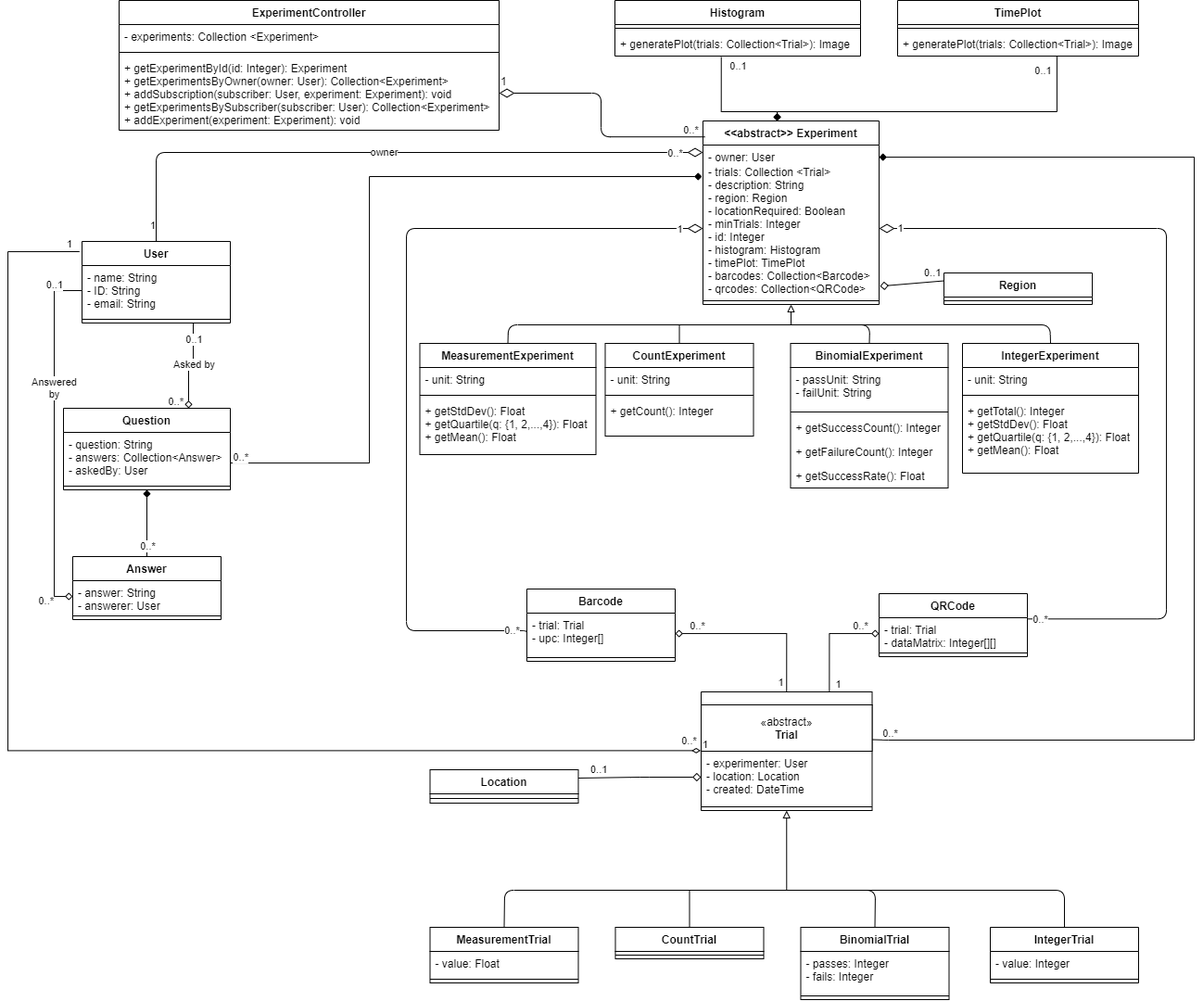
Above: doc/Model_UML.png in CMPUT301W21T05/KrowdTrialz (draw.io), before the change. Source tidied: cells renumbered, new cells last; positions are measured from the earlier drawing's top-left corner, leaving out a move shared by most shapes.
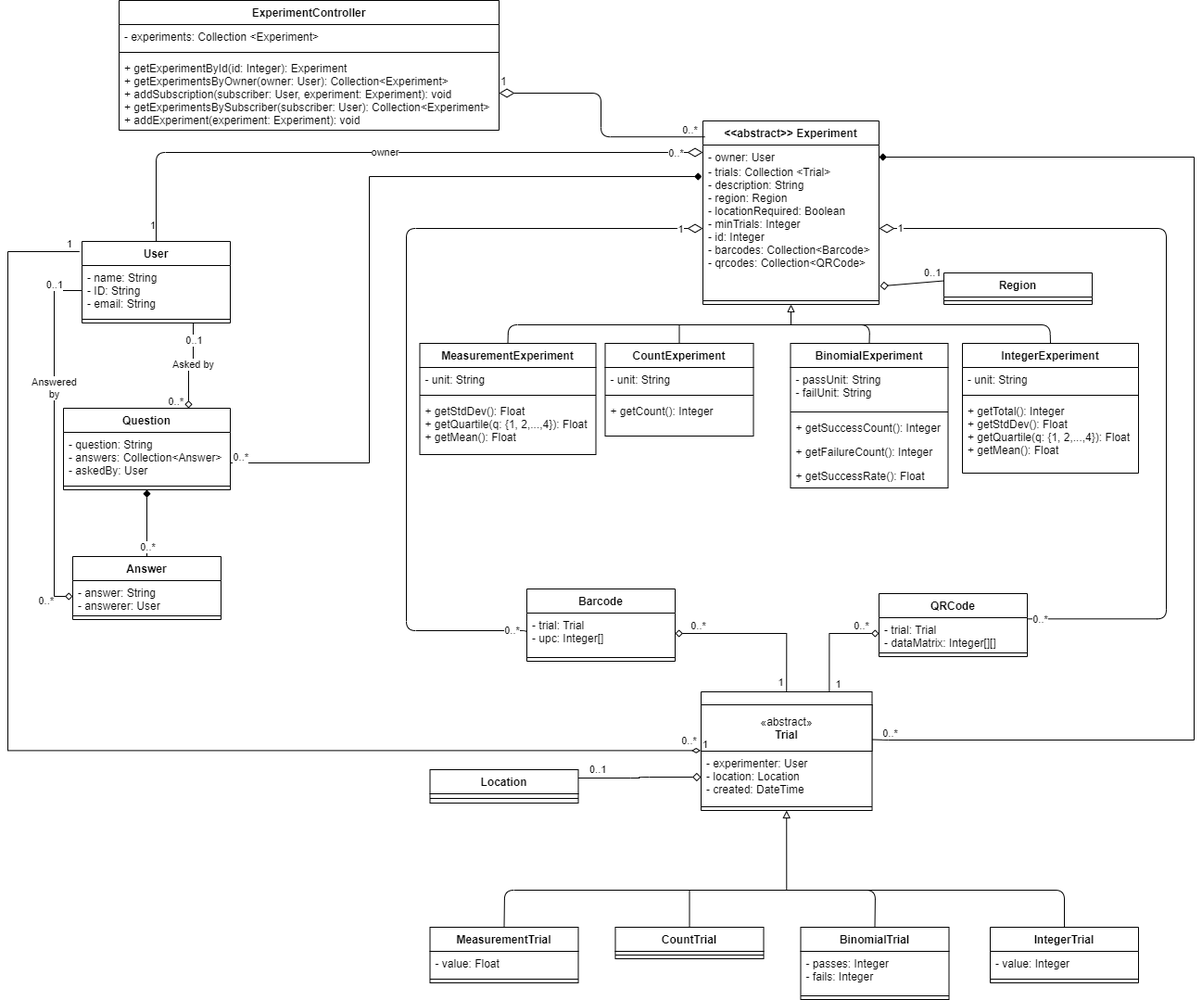
Above is the later version.

The edit, as a diff of the source:
```diff
@@ -2,34 +2,13 @@
   <root>
     <mxCell id="0" />
     <mxCell id="1" parent="0" />
-    <mxCell id="2" style="edgeStyle=orthogonalEdgeStyle;rounded=0;jettySize=auto;html=1;entryX=0.433;entryY=1.044;entryDx=0;entryDy=0;entryPerimeter=0;startArrow=diamond;startFill=0;endArrow=none;endFill=0;" parent="1" edge="1" source="5" target="82">
-      <mxGeometry relative="1" as="geometry">
-        <Array as="points">
-          <mxPoint x="830" y="120" />
-          <mxPoint x="770" y="120" />
-        </Array>
-      </mxGeometry>
-    </mxCell>
-    <mxCell id="3" value="0..1" style="edgeLabel;html=1;align=center;verticalAlign=middle;" parent="2" vertex="1">
-      <mxGeometry x="0.61" relative="1" as="geometry">
-        <mxPoint x="17.8" y="-16.3" as="offset" />
-      </mxGeometry>
-    </mxCell>
-    <mxCell id="4" style="edgeStyle=orthogonalEdgeStyle;rounded=0;jettySize=auto;html=1;entryX=0.542;entryY=1;entryDx=0;entryDy=0;entryPerimeter=0;startArrow=diamond;startFill=1;endArrow=none;endFill=0;" parent="1" edge="1" source="5" target="85">
-      <mxGeometry relative="1" as="geometry">
-        <Array as="points">
-          <mxPoint x="830" y="120" />
-          <mxPoint x="1132" y="120" />
-        </Array>
-      </mxGeometry>
-    </mxCell>
     <mxCell id="5" value="&lt;&lt;abstract&gt;&gt; Experiment" style="swimlane;fontStyle=1;align=center;verticalAlign=top;horizontal=1;startSize=26;" parent="1" vertex="1">
       <mxGeometry x="750" y="130" width="190" height="198" as="geometry" />
     </mxCell>
     <mxCell id="6" value="- owner: User&#10;" style="text;strokeColor=none;fillColor=none;align=left;verticalAlign=top;spacingLeft=4;spacingRight=4;overflow=hidden;points=[[0,0.5],[1,0.5]];portConstraint=eastwest;" parent="5" vertex="1">
       <mxGeometry y="26" width="190" height="16" as="geometry" />
     </mxCell>
-    <mxCell id="7" value="- trials: Collection &lt;Trial&gt;&#10;- description: String&#10;- region: Region&#10;- locationRequired: Boolean&#10;- minTrials: Integer&#10;- id: Integer&#10;- histogram: Histogram&#10;- timePlot: TimePlot&#10;- barcodes: Collection&lt;Barcode&gt;&#10;- qrcodes: Collection&lt;QRCode&gt;" style="text;strokeColor=none;fillColor=none;align=left;verticalAlign=top;spacingLeft=4;spacingRight=4;overflow=hidden;points=[[0,0.5],[1,0.5]];portConstraint=eastwest;" parent="5" vertex="1">
+    <mxCell id="7" value="- trials: Collection &lt;Trial&gt;&#10;- description: String&#10;- region: Region&#10;- locationRequired: Boolean&#10;- minTrials: Integer&#10;- id: Integer&#10;- barcodes: Collection&lt;Barcode&gt;&#10;- qrcodes: Collection&lt;QRCode&gt;" style="text;strokeColor=none;fillColor=none;align=left;verticalAlign=top;spacingLeft=4;spacingRight=4;overflow=hidden;points=[[0,0.5],[1,0.5]];portConstraint=eastwest;" parent="5" vertex="1">
       <mxGeometry y="42" width="190" height="148" as="geometry" />
     </mxCell>
     <mxCell id="8" style="edgeStyle=orthogonalEdgeStyle;rounded=0;jettySize=auto;html=1;endArrow=none;endFill=0;startArrow=diamond;startFill=1;exitX=0.5;exitY=1;exitDx=0;exitDy=0;entryX=1;entryY=1;entryDx=0;entryDy=0;" parent="5" edge="1" target="50">
@@ -315,24 +294,6 @@
         <mxPoint x="-6.6" as="offset" />
       </mxGeometry>
     </mxCell>
-    <mxCell id="80" value="Histogram" style="swimlane;fontStyle=1;align=center;verticalAlign=top;horizontal=1;startSize=26;" parent="1" vertex="1">
-      <mxGeometry x="655" width="265" height="60" as="geometry" />
-    </mxCell>
-    <mxCell id="81" style="line;strokeWidth=1;fillColor=none;align=left;verticalAlign=middle;spacingTop=-1;spacingLeft=3;spacingRight=3;labelPosition=right;" parent="80" vertex="1">
-      <mxGeometry y="26" width="265" height="8" as="geometry" />
-    </mxCell>
-    <mxCell id="82" value="+ generatePlot(trials: Collection&lt;Trial&gt;): Image" style="text;strokeColor=none;fillColor=none;align=left;verticalAlign=top;spacingLeft=4;spacingRight=4;overflow=hidden;points=[[0,0.5],[1,0.5]];portConstraint=eastwest;" parent="80" vertex="1">
-      <mxGeometry y="34" width="265" height="26" as="geometry" />
-    </mxCell>
-    <mxCell id="83" value="TimePlot" style="swimlane;fontStyle=1;align=center;verticalAlign=top;horizontal=1;startSize=26;" parent="1" vertex="1">
-      <mxGeometry x="960" width="260" height="60" as="geometry" />
-    </mxCell>
-    <mxCell id="84" style="line;strokeWidth=1;fillColor=none;align=left;verticalAlign=middle;spacingTop=-1;spacingLeft=3;spacingRight=3;labelPosition=right;" parent="83" vertex="1">
-      <mxGeometry y="26" width="260" height="8" as="geometry" />
-    </mxCell>
-    <mxCell id="85" value="+ generatePlot(trials: Collection&lt;Trial&gt;): Image" style="text;strokeColor=none;fillColor=none;align=left;verticalAlign=top;spacingLeft=4;spacingRight=4;overflow=hidden;points=[[0,0.5],[1,0.5]];portConstraint=eastwest;" parent="83" vertex="1">
-      <mxGeometry y="34" width="260" height="26" as="geometry" />
-    </mxCell>
     <mxCell id="86" value="ExperimentController" style="swimlane;fontStyle=1;align=center;verticalAlign=top;horizontal=1;startSize=26;" parent="1" vertex="1">
       <mxGeometry x="120" width="410" height="140" as="geometry" />
     </mxCell>
@@ -345,11 +306,6 @@
     <mxCell id="89" value="+ getExperimentById(id: Integer): Experiment&#10;+ getExperimentsByOwner(owner: User): Collection&lt;Experiment&gt;&#10;+ addSubscription(subscriber: User, experiment: Experiment): void&#10;+ getExperimentsBySubscriber(subscriber: User): Collection&lt;Experiment&gt;&#10;+ addExperiment(experiment: Experiment): void" style="text;strokeColor=none;fillColor=none;align=left;verticalAlign=top;spacingLeft=4;spacingRight=4;overflow=hidden;points=[[0,0.5],[1,0.5]];portConstraint=eastwest;" parent="86" vertex="1">
       <mxGeometry y="60" width="410" height="80" as="geometry" />
     </mxCell>
-    <mxCell id="90" value="0..1" style="edgeLabel;html=1;align=center;verticalAlign=middle;" parent="1" vertex="1">
-      <mxGeometry x="910" y="90" as="geometry">
-        <mxPoint x="206" y="-15" as="offset" />
-      </mxGeometry>
-    </mxCell>
     <mxCell id="91" style="edgeStyle=orthogonalEdgeStyle;rounded=0;jettySize=auto;html=1;startArrow=diamond;startFill=1;endArrow=none;endFill=0;entryX=1;entryY=0.75;entryDx=0;entryDy=0;" parent="1" edge="1" source="6" target="36">
       <mxGeometry relative="1" as="geometry">
         <Array as="points">
```
